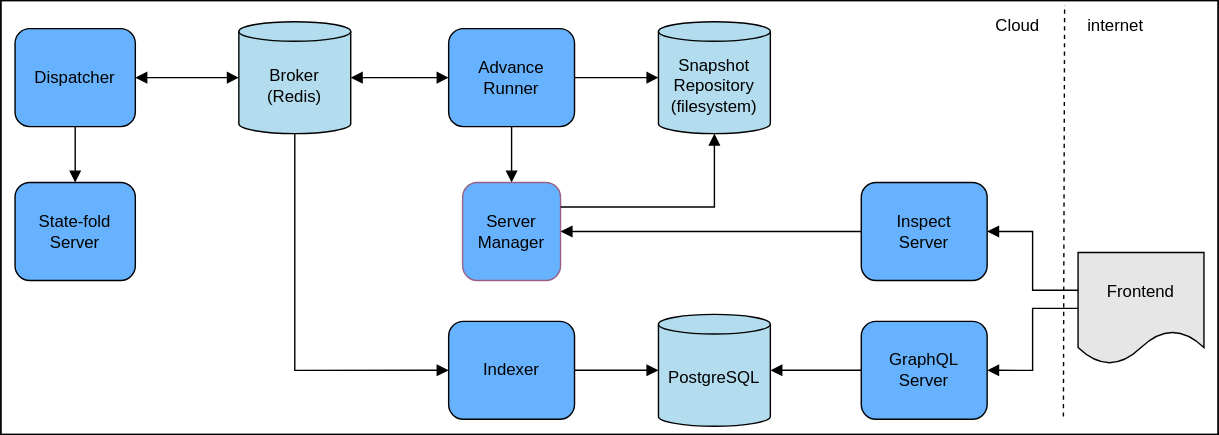
cartesi/rollups-node keeps this draw.io diagram as docs/node-architecture.drawio.svg. Above is the earlier version. Source tidied: cells renumbered, new cells last; positions are measured from the earlier drawing's top-left corner, leaving out a move shared by most shapes. Source of this version:
```xml
<mxGraphModel>
  <root>
    <mxCell id="0" />
    <mxCell id="1" parent="0" />
    <mxCell id="2" style="rounded=0;whiteSpace=wrap;html=1;fillColor=#FFFFFF;strokeColor=#000000;" parent="1" vertex="1">
      <mxGeometry width="870" height="310" as="geometry" />
    </mxCell>
    <mxCell id="3" style="edgeStyle=orthogonalEdgeStyle;rounded=0;jettySize=auto;html=1;" parent="1" edge="1" target="8">
      <mxGeometry relative="1" as="geometry">
        <mxPoint x="256" y="55" as="sourcePoint" />
      </mxGeometry>
    </mxCell>
    <mxCell id="4" value="PostgreSQL" style="shape=cylinder3;whiteSpace=wrap;html=1;boundedLbl=1;backgroundOutline=1;size=7;fillColor=#b3ddee;strokeColor=#000000;fontColor=#000000;" parent="1" vertex="1">
      <mxGeometry x="470" y="224.2" width="80" height="80" as="geometry" />
    </mxCell>
    <mxCell id="5" value="Snapshot Repository (filesystem)" style="shape=cylinder3;whiteSpace=wrap;html=1;boundedLbl=1;backgroundOutline=1;size=7;fillColor=#b3ddee;strokeColor=#000000;fontColor=#000000;" parent="1" vertex="1">
      <mxGeometry x="470" y="15" width="80" height="80" as="geometry" />
    </mxCell>
    <mxCell id="6" style="html=1;verticalAlign=bottom;endArrow=block;elbow=vertical;rounded=0;entryX=0.5;entryY=0;entryDx=0;entryDy=0;strokeColor=#000000;fontColor=#000000;labelBackgroundColor=#FFFFFF;exitX=0.5;exitY=1;exitDx=0;exitDy=0;" parent="1" edge="1" source="8" target="7">
      <mxGeometry relative="1" as="geometry" />
    </mxCell>
    <mxCell id="7" value="Server Manager" style="rounded=1;whiteSpace=wrap;html=1;fontSize=12;glass=0;strokeWidth=1;shadow=0;fillColor=#66B2FF;strokeColor=#996185;gradientColor=none;fontColor=#000000;" parent="1" vertex="1">
      <mxGeometry x="330" y="130" width="70" height="70" as="geometry" />
    </mxCell>
    <mxCell id="8" value="Advance Runner" style="rounded=1;whiteSpace=wrap;html=1;fontSize=12;glass=0;strokeWidth=1;shadow=0;fillColor=#66B2FF;strokeColor=#000000;fontColor=#000000;" parent="1" vertex="1">
      <mxGeometry x="320" y="20" width="90" height="70" as="geometry" />
    </mxCell>
    <mxCell id="9" style="html=1;verticalAlign=bottom;endArrow=block;elbow=vertical;rounded=0;entryX=1;entryY=0.5;entryDx=0;entryDy=0;strokeColor=#000000;fontColor=#000000;labelBackgroundColor=#FFFFFF;exitX=0;exitY=0.5;exitDx=0;exitDy=0;startArrow=block;startFill=1;entryPerimeter=0;" parent="1" edge="1" source="8" target="30">
      <mxGeometry x="0.65" y="-5" relative="1" as="geometry" />
    </mxCell>
    <mxCell id="10" value="Indexer" style="rounded=1;whiteSpace=wrap;html=1;fontSize=12;glass=0;strokeWidth=1;shadow=0;fillColor=#66B2FF;strokeColor=#000000;fontColor=#000000;" parent="1" vertex="1">
      <mxGeometry x="320" y="229.2" width="90" height="70" as="geometry" />
    </mxCell>
    <mxCell id="11" style="html=1;verticalAlign=bottom;endArrow=block;elbow=vertical;rounded=0;entryX=0.5;entryY=1;entryDx=0;entryDy=0;strokeColor=#000000;fontColor=#000000;labelBackgroundColor=#FFFFFF;exitX=1;exitY=0.25;exitDx=0;exitDy=0;edgeStyle=orthogonalEdgeStyle;entryPerimeter=0;" parent="1" edge="1" source="7" target="5">
      <mxGeometry x="0.01" relative="1" as="geometry" />
    </mxCell>
    <mxCell id="12" style="html=1;verticalAlign=bottom;endArrow=block;elbow=vertical;rounded=0;strokeColor=#000000;fontColor=#000000;labelBackgroundColor=#FFFFFF;exitX=1;exitY=0.5;exitDx=0;exitDy=0;entryX=0;entryY=0.5;entryDx=0;entryDy=0;entryPerimeter=0;" parent="1" edge="1" source="10" target="4">
      <mxGeometry relative="1" as="geometry" />
    </mxCell>
    <mxCell id="13" style="html=1;verticalAlign=bottom;endArrow=block;elbow=vertical;rounded=0;entryX=0;entryY=0.5;entryDx=0;entryDy=0;strokeColor=#000000;fontColor=#000000;labelBackgroundColor=#FFFFFF;exitX=1;exitY=0.5;exitDx=0;exitDy=0;entryPerimeter=0;" parent="1" edge="1" source="8" target="5">
      <mxGeometry relative="1" as="geometry" />
    </mxCell>
    <mxCell id="14" value="State-fold Server" style="rounded=1;whiteSpace=wrap;html=1;fontSize=12;glass=0;strokeWidth=1;shadow=0;fillColor=#66B2FF;fontColor=#000000;strokeColor=#000000;" parent="1" vertex="1">
      <mxGeometry x="10" y="130" width="86" height="70" as="geometry" />
    </mxCell>
    <mxCell id="15" value="Dispatcher" style="rounded=1;whiteSpace=wrap;html=1;fontSize=12;glass=0;strokeWidth=1;shadow=0;fillColor=#66B2FF;fontColor=#000000;strokeColor=#000000;" parent="1" vertex="1">
      <mxGeometry x="10" y="20" width="86" height="70" as="geometry" />
    </mxCell>
    <mxCell id="16" style="html=1;verticalAlign=bottom;endArrow=block;elbow=vertical;rounded=0;entryX=0.5;entryY=0;entryDx=0;entryDy=0;strokeColor=#000000;fontColor=#000000;labelBackgroundColor=#FFFFFF;exitX=0.5;exitY=1;exitDx=0;exitDy=0;" parent="1" edge="1" source="15" target="14">
      <mxGeometry relative="1" as="geometry" />
    </mxCell>
    <mxCell id="17" style="html=1;verticalAlign=bottom;endArrow=block;elbow=vertical;rounded=0;entryX=1;entryY=0.5;entryDx=0;entryDy=0;strokeColor=#000000;fontColor=#000000;labelBackgroundColor=#FFFFFF;exitX=0;exitY=0.5;exitDx=0;exitDy=0;startArrow=block;startFill=1;exitPerimeter=0;" parent="1" edge="1" source="30" target="15">
      <mxGeometry x="0.65" y="-5" relative="1" as="geometry" />
    </mxCell>
    <mxCell id="18" style="html=1;verticalAlign=bottom;endArrow=block;elbow=vertical;rounded=0;entryX=1;entryY=0.5;entryDx=0;entryDy=0;strokeColor=#000000;fontColor=#000000;labelBackgroundColor=#FFFFFF;exitX=0;exitY=0.5;exitDx=0;exitDy=0;entryPerimeter=0;" parent="1" edge="1" source="23" target="4">
      <mxGeometry x="-0.07" y="-21" relative="1" as="geometry" />
    </mxCell>
    <mxCell id="19" style="html=1;verticalAlign=bottom;endArrow=block;elbow=vertical;rounded=0;entryX=1;entryY=0.5;entryDx=0;entryDy=0;strokeColor=#000000;fontColor=#000000;labelBackgroundColor=#FFFFFF;exitX=0;exitY=0.5;exitDx=0;exitDy=0;" parent="1" edge="1" source="22" target="7">
      <mxGeometry relative="1" as="geometry" />
    </mxCell>
    <mxCell id="20" style="html=1;verticalAlign=bottom;endArrow=block;elbow=vertical;rounded=0;entryX=1;entryY=0.5;entryDx=0;entryDy=0;strokeColor=#000000;fontColor=#000000;labelBackgroundColor=#FFFFFF;exitX=0.015;exitY=0.338;exitDx=0;exitDy=0;edgeStyle=orthogonalEdgeStyle;exitPerimeter=0;" parent="1" edge="1" source="26" target="22">
      <mxGeometry relative="1" as="geometry" />
    </mxCell>
    <mxCell id="21" style="html=1;verticalAlign=bottom;endArrow=block;elbow=vertical;rounded=0;entryX=1;entryY=0.5;entryDx=0;entryDy=0;strokeColor=#000000;fontColor=#000000;labelBackgroundColor=#FFFFFF;edgeStyle=orthogonalEdgeStyle;" parent="1" edge="1" source="26" target="23">
      <mxGeometry relative="1" as="geometry" />
    </mxCell>
    <mxCell id="22" value="Inspect&lt;br&gt;Server" style="rounded=1;whiteSpace=wrap;html=1;fontSize=12;glass=0;strokeWidth=1;shadow=0;fillColor=#66B2FF;strokeColor=#000000;fontColor=#000000;" parent="1" vertex="1">
      <mxGeometry x="615" y="130" width="90" height="70" as="geometry" />
    </mxCell>
    <mxCell id="23" value="GraphQL&lt;br&gt;Server" style="rounded=1;whiteSpace=wrap;html=1;fontSize=12;glass=0;strokeWidth=1;shadow=0;fillColor=#66B2FF;strokeColor=#000000;fontColor=#000000;" parent="1" vertex="1">
      <mxGeometry x="615" y="229.2" width="90" height="70" as="geometry" />
    </mxCell>
    <mxCell id="24" style="edgeStyle=orthogonalEdgeStyle;rounded=0;orthogonalLoop=1;jettySize=auto;html=1;exitX=0.5;exitY=1;exitDx=0;exitDy=0;" parent="1" edge="1" source="22" target="22">
      <mxGeometry relative="1" as="geometry" />
    </mxCell>
    <mxCell id="25" style="html=1;verticalAlign=bottom;endArrow=block;elbow=vertical;rounded=0;entryX=0;entryY=0.5;entryDx=0;entryDy=0;strokeColor=#000000;fontColor=#000000;labelBackgroundColor=#FFFFFF;exitX=0.5;exitY=1;exitDx=0;exitDy=0;edgeStyle=orthogonalEdgeStyle;exitPerimeter=0;" parent="1" edge="1" source="30" target="10">
      <mxGeometry relative="1" as="geometry" />
    </mxCell>
    <mxCell id="26" value="Frontend" style="shape=document;whiteSpace=wrap;html=1;boundedLbl=1;fillColor=#E6E6E6;strokeColor=#000000;fontSize=12;fontColor=#000000;" parent="1" vertex="1">
      <mxGeometry x="770" y="180" width="90" height="80" as="geometry" />
    </mxCell>
    <mxCell id="27" value="Cloud" style="text;html=1;strokeColor=none;fillColor=none;align=center;verticalAlign=middle;whiteSpace=wrap;rounded=0;fontColor=#000000;" parent="1" vertex="1">
      <mxGeometry x="697" width="60" height="35" as="geometry" />
    </mxCell>
    <mxCell id="28" value="internet" style="text;html=1;strokeColor=none;fillColor=none;align=center;verticalAlign=middle;whiteSpace=wrap;rounded=0;fontColor=#000000;" parent="1" vertex="1">
      <mxGeometry x="767" width="60" height="35" as="geometry" />
    </mxCell>
    <mxCell id="29" style="endArrow=none;dashed=1;html=1;rounded=0;entryX=0.874;entryY=0.161;entryDx=0;entryDy=0;entryPerimeter=0;strokeColor=#000000;exitX=0.873;exitY=1.014;exitDx=0;exitDy=0;exitPerimeter=0;" parent="1" edge="1">
      <mxGeometry relative="1" as="geometry">
        <mxPoint x="759.5" y="297.3" as="sourcePoint" />
        <mxPoint x="760.4" y="3" as="targetPoint" />
      </mxGeometry>
    </mxCell>
    <mxCell id="30" value="Broker&lt;br&gt;(Redis)" style="shape=cylinder3;whiteSpace=wrap;html=1;boundedLbl=1;backgroundOutline=1;size=7;fillColor=#b3ddee;strokeColor=#000000;fontColor=#000000;" parent="1" vertex="1">
      <mxGeometry x="170" y="15" width="80" height="80" as="geometry" />
    </mxCell>
  </root>
</mxGraphModel>
```
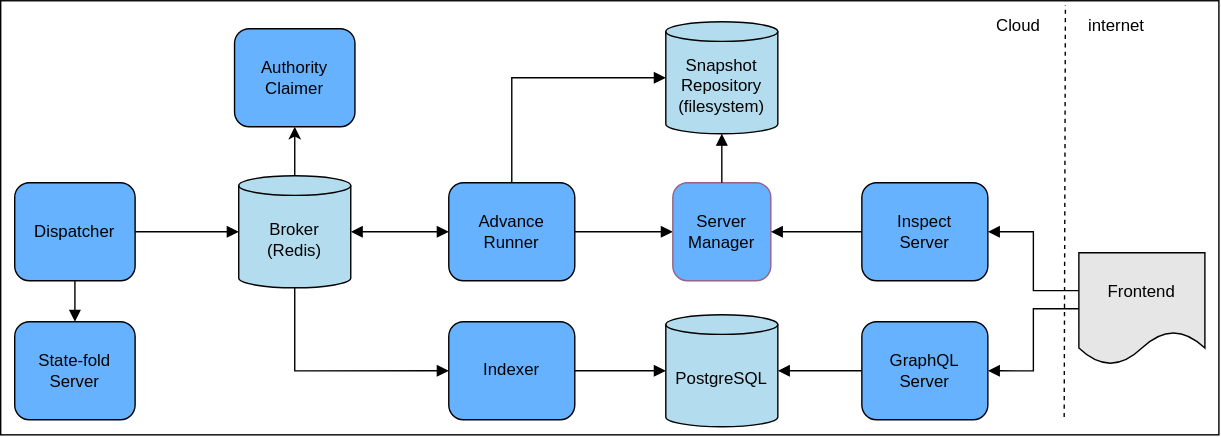
The same file after the commit.

Commit message:
docs: add authority claimer documentation to node

What changed in the source:
```diff
@@ -5,25 +5,20 @@
     <mxCell id="2" style="rounded=0;whiteSpace=wrap;html=1;fillColor=#FFFFFF;strokeColor=#000000;" parent="1" vertex="1">
       <mxGeometry width="870" height="310" as="geometry" />
     </mxCell>
-    <mxCell id="3" style="edgeStyle=orthogonalEdgeStyle;rounded=0;jettySize=auto;html=1;" parent="1" edge="1" target="8">
-      <mxGeometry relative="1" as="geometry">
-        <mxPoint x="256" y="55" as="sourcePoint" />
-      </mxGeometry>
-    </mxCell>
     <mxCell id="4" value="PostgreSQL" style="shape=cylinder3;whiteSpace=wrap;html=1;boundedLbl=1;backgroundOutline=1;size=7;fillColor=#b3ddee;strokeColor=#000000;fontColor=#000000;" parent="1" vertex="1">
-      <mxGeometry x="470" y="224.2" width="80" height="80" as="geometry" />
+      <mxGeometry x="475" y="224.2" width="80" height="80" as="geometry" />
     </mxCell>
     <mxCell id="5" value="Snapshot Repository (filesystem)" style="shape=cylinder3;whiteSpace=wrap;html=1;boundedLbl=1;backgroundOutline=1;size=7;fillColor=#b3ddee;strokeColor=#000000;fontColor=#000000;" parent="1" vertex="1">
-      <mxGeometry x="470" y="15" width="80" height="80" as="geometry" />
+      <mxGeometry x="475" y="15" width="80" height="80" as="geometry" />
     </mxCell>
-    <mxCell id="6" style="html=1;verticalAlign=bottom;endArrow=block;elbow=vertical;rounded=0;entryX=0.5;entryY=0;entryDx=0;entryDy=0;strokeColor=#000000;fontColor=#000000;labelBackgroundColor=#FFFFFF;exitX=0.5;exitY=1;exitDx=0;exitDy=0;" parent="1" edge="1" source="8" target="7">
+    <mxCell id="6" style="html=1;verticalAlign=bottom;endArrow=block;elbow=vertical;rounded=0;entryX=0;entryY=0.5;entryDx=0;entryDy=0;strokeColor=#000000;fontColor=#000000;labelBackgroundColor=#FFFFFF;exitX=1;exitY=0.5;exitDx=0;exitDy=0;" parent="1" edge="1" source="8" target="7">
       <mxGeometry relative="1" as="geometry" />
     </mxCell>
     <mxCell id="7" value="Server Manager" style="rounded=1;whiteSpace=wrap;html=1;fontSize=12;glass=0;strokeWidth=1;shadow=0;fillColor=#66B2FF;strokeColor=#996185;gradientColor=none;fontColor=#000000;" parent="1" vertex="1">
-      <mxGeometry x="330" y="130" width="70" height="70" as="geometry" />
+      <mxGeometry x="480" y="130" width="70" height="70" as="geometry" />
     </mxCell>
     <mxCell id="8" value="Advance Runner" style="rounded=1;whiteSpace=wrap;html=1;fontSize=12;glass=0;strokeWidth=1;shadow=0;fillColor=#66B2FF;strokeColor=#000000;fontColor=#000000;" parent="1" vertex="1">
-      <mxGeometry x="320" y="20" width="90" height="70" as="geometry" />
+      <mxGeometry x="320" y="130" width="90" height="70" as="geometry" />
     </mxCell>
     <mxCell id="9" style="html=1;verticalAlign=bottom;endArrow=block;elbow=vertical;rounded=0;entryX=1;entryY=0.5;entryDx=0;entryDy=0;strokeColor=#000000;fontColor=#000000;labelBackgroundColor=#FFFFFF;exitX=0;exitY=0.5;exitDx=0;exitDy=0;startArrow=block;startFill=1;entryPerimeter=0;" parent="1" edge="1" source="8" target="30">
       <mxGeometry x="0.65" y="-5" relative="1" as="geometry" />
@@ -31,25 +26,29 @@
     <mxCell id="10" value="Indexer" style="rounded=1;whiteSpace=wrap;html=1;fontSize=12;glass=0;strokeWidth=1;shadow=0;fillColor=#66B2FF;strokeColor=#000000;fontColor=#000000;" parent="1" vertex="1">
       <mxGeometry x="320" y="229.2" width="90" height="70" as="geometry" />
     </mxCell>
-    <mxCell id="11" style="html=1;verticalAlign=bottom;endArrow=block;elbow=vertical;rounded=0;entryX=0.5;entryY=1;entryDx=0;entryDy=0;strokeColor=#000000;fontColor=#000000;labelBackgroundColor=#FFFFFF;exitX=1;exitY=0.25;exitDx=0;exitDy=0;edgeStyle=orthogonalEdgeStyle;entryPerimeter=0;" parent="1" edge="1" source="7" target="5">
+    <mxCell id="11" style="html=1;verticalAlign=bottom;endArrow=block;elbow=vertical;rounded=0;entryX=0.5;entryY=1;entryDx=0;entryDy=0;strokeColor=#000000;fontColor=#000000;labelBackgroundColor=#FFFFFF;exitX=0.5;exitY=0;exitDx=0;exitDy=0;edgeStyle=orthogonalEdgeStyle;entryPerimeter=0;" parent="1" edge="1" source="7" target="5">
       <mxGeometry x="0.01" relative="1" as="geometry" />
     </mxCell>
     <mxCell id="12" style="html=1;verticalAlign=bottom;endArrow=block;elbow=vertical;rounded=0;strokeColor=#000000;fontColor=#000000;labelBackgroundColor=#FFFFFF;exitX=1;exitY=0.5;exitDx=0;exitDy=0;entryX=0;entryY=0.5;entryDx=0;entryDy=0;entryPerimeter=0;" parent="1" edge="1" source="10" target="4">
       <mxGeometry relative="1" as="geometry" />
     </mxCell>
-    <mxCell id="13" style="html=1;verticalAlign=bottom;endArrow=block;elbow=vertical;rounded=0;entryX=0;entryY=0.5;entryDx=0;entryDy=0;strokeColor=#000000;fontColor=#000000;labelBackgroundColor=#FFFFFF;exitX=1;exitY=0.5;exitDx=0;exitDy=0;entryPerimeter=0;" parent="1" edge="1" source="8" target="5">
-      <mxGeometry relative="1" as="geometry" />
+    <mxCell id="13" style="html=1;verticalAlign=bottom;endArrow=block;elbow=vertical;rounded=0;entryX=0;entryY=0.5;entryDx=0;entryDy=0;strokeColor=#000000;fontColor=#000000;labelBackgroundColor=#FFFFFF;exitX=0.5;exitY=0;exitDx=0;exitDy=0;entryPerimeter=0;" parent="1" edge="1" source="8" target="5">
+      <mxGeometry relative="1" as="geometry">
+        <Array as="points">
+          <mxPoint x="365" y="55" />
+        </Array>
+      </mxGeometry>
     </mxCell>
     <mxCell id="14" value="State-fold Server" style="rounded=1;whiteSpace=wrap;html=1;fontSize=12;glass=0;strokeWidth=1;shadow=0;fillColor=#66B2FF;fontColor=#000000;strokeColor=#000000;" parent="1" vertex="1">
-      <mxGeometry x="10" y="130" width="86" height="70" as="geometry" />
+      <mxGeometry x="10" y="229.2" width="86" height="70" as="geometry" />
     </mxCell>
     <mxCell id="15" value="Dispatcher" style="rounded=1;whiteSpace=wrap;html=1;fontSize=12;glass=0;strokeWidth=1;shadow=0;fillColor=#66B2FF;fontColor=#000000;strokeColor=#000000;" parent="1" vertex="1">
-      <mxGeometry x="10" y="20" width="86" height="70" as="geometry" />
+      <mxGeometry x="10" y="130" width="86" height="70" as="geometry" />
     </mxCell>
     <mxCell id="16" style="html=1;verticalAlign=bottom;endArrow=block;elbow=vertical;rounded=0;entryX=0.5;entryY=0;entryDx=0;entryDy=0;strokeColor=#000000;fontColor=#000000;labelBackgroundColor=#FFFFFF;exitX=0.5;exitY=1;exitDx=0;exitDy=0;" parent="1" edge="1" source="15" target="14">
       <mxGeometry relative="1" as="geometry" />
     </mxCell>
-    <mxCell id="17" style="html=1;verticalAlign=bottom;endArrow=block;elbow=vertical;rounded=0;entryX=1;entryY=0.5;entryDx=0;entryDy=0;strokeColor=#000000;fontColor=#000000;labelBackgroundColor=#FFFFFF;exitX=0;exitY=0.5;exitDx=0;exitDy=0;startArrow=block;startFill=1;exitPerimeter=0;" parent="1" edge="1" source="30" target="15">
+    <mxCell id="17" style="html=1;verticalAlign=bottom;endArrow=none;elbow=vertical;rounded=0;entryX=1;entryY=0.5;entryDx=0;entryDy=0;strokeColor=#000000;fontColor=#000000;labelBackgroundColor=#FFFFFF;exitX=0;exitY=0.5;exitDx=0;exitDy=0;startArrow=block;startFill=1;exitPerimeter=0;endFill=0;" parent="1" edge="1" source="30" target="15">
       <mxGeometry x="0.65" y="-5" relative="1" as="geometry" />
     </mxCell>
     <mxCell id="18" style="html=1;verticalAlign=bottom;endArrow=block;elbow=vertical;rounded=0;entryX=1;entryY=0.5;entryDx=0;entryDy=0;strokeColor=#000000;fontColor=#000000;labelBackgroundColor=#FFFFFF;exitX=0;exitY=0.5;exitDx=0;exitDy=0;entryPerimeter=0;" parent="1" edge="1" source="23" target="4">
@@ -91,8 +90,14 @@
         <mxPoint x="760.4" y="3" as="targetPoint" />
       </mxGeometry>
     </mxCell>
+    <mxCell id="31" style="edgeStyle=orthogonalEdgeStyle;rounded=0;jettySize=auto;html=1;exitX=0.5;exitY=0;exitDx=0;exitDy=0;exitPerimeter=0;entryX=0.5;entryY=1;entryDx=0;entryDy=0;" parent="1" edge="1" source="30" target="32">
+      <mxGeometry relative="1" as="geometry" />
+    </mxCell>
     <mxCell id="30" value="Broker&lt;br&gt;(Redis)" style="shape=cylinder3;whiteSpace=wrap;html=1;boundedLbl=1;backgroundOutline=1;size=7;fillColor=#b3ddee;strokeColor=#000000;fontColor=#000000;" parent="1" vertex="1">
-      <mxGeometry x="170" y="15" width="80" height="80" as="geometry" />
+      <mxGeometry x="170" y="125" width="80" height="80" as="geometry" />
     </mxCell>
+    <mxCell id="32" value="Authority Claimer" style="rounded=1;whiteSpace=wrap;html=1;fontSize=12;glass=0;strokeWidth=1;shadow=0;fillColor=#66B2FF;fontColor=#000000;strokeColor=#000000;" parent="1" vertex="1">
+      <mxGeometry x="167" y="20" width="86" height="70" as="geometry" />
+    </mxCell>
   </root>
 </mxGraphModel>
```
